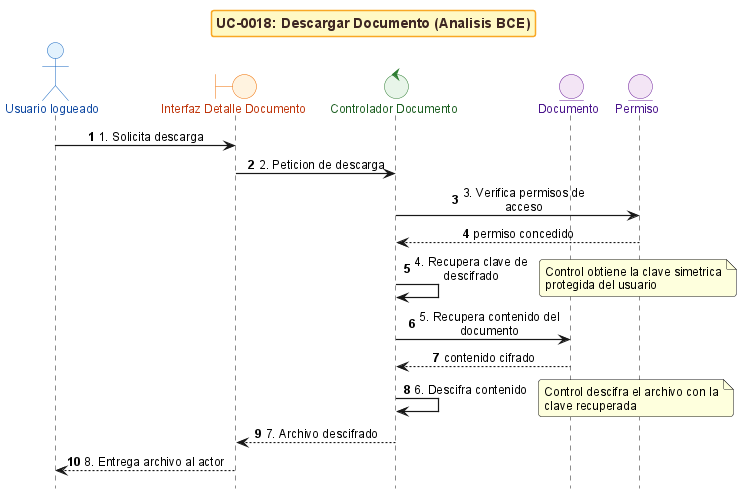
Above: anexos/diagramas/seq-bce-uc0018-download.png in ErDeivih/DocumentChain (PlantUML), before the change. Its diagram source:
```plantuml
@startuml
!include _sequence-bce-style.puml

title UC-0018: Descargar Documento (Analisis BCE)

actor "Usuario logueado" as Actor
boundary "Interfaz Detalle Documento" as BV
control "Controlador Documento" as CD
entity "Documento" as ED
entity "Permiso" as PA

Actor -> BV : 1. Solicita descarga
BV -> CD : 2. Peticion de descarga

CD -> PA : 3. Verifica permisos de acceso
PA --> CD : permiso concedido

CD -> CD : 4. Recupera clave de descifrado
note right : Control obtiene la clave simetrica protegida del usuario
CD -> ED : 5. Recupera contenido del documento
ED --> CD : contenido cifrado

CD -> CD : 6. Descifra contenido
note right : Control descifra el archivo con la clave recuperada

CD --> BV : 7. Archivo descifrado
BV --> Actor : 8. Entrega archivo al actor

@enduml
```
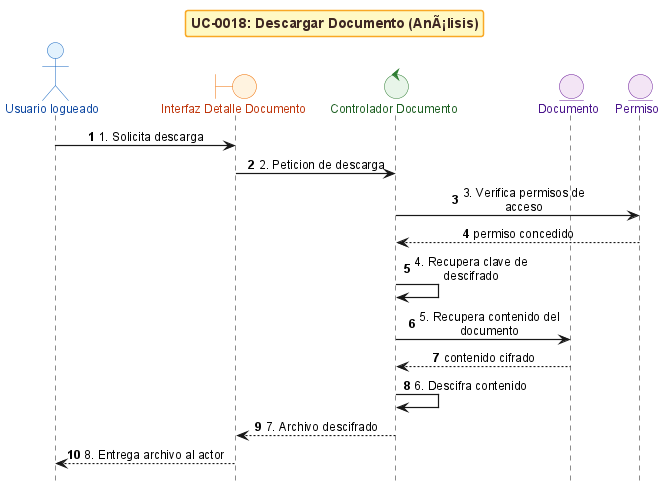
Above is the later version.

What changed in the source:
```diff
@@ -1,7 +1,7 @@
 @startuml
 !include _sequence-bce-style.puml
 
-title UC-0018: Descargar Documento (Analisis BCE)
+title UC-0018: Descargar Documento (AnÃ¡lisis)
 
 actor "Usuario logueado" as Actor
 boundary "Interfaz Detalle Documento" as BV
@@ -16,12 +16,10 @@
 PA --> CD : permiso concedido
 
 CD -> CD : 4. Recupera clave de descifrado
-note right : Control obtiene la clave simetrica protegida del usuario
 CD -> ED : 5. Recupera contenido del documento
 ED --> CD : contenido cifrado
 
 CD -> CD : 6. Descifra contenido
-note right : Control descifra el archivo con la clave recuperada
 
 CD --> BV : 7. Archivo descifrado
 BV --> Actor : 8. Entrega archivo al actor
```
